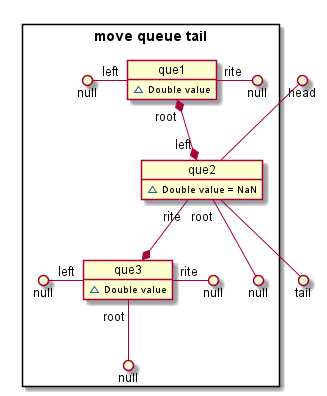
Earlier version of the PlantUML export src/docs/UML/reorderScheme/static/_05_queue.png (vitalispopoff/calculator). The source it was exported from:
```plantuml
@startuml

package "move queue tail" <<Rectangle>>{

    object que1{
        ~ Double value
    }
        null ()- "left" que1
        que1 "rite" -() null

    object que2{
        ~ Double value = NaN
    }
        que1 "root" *--* "left" que2
        que2 "rite"--* que3
        que2 "root" --() null

    object que3{
        ~ Double value
    }
        null ()- "left" que3
        que3 "rite" -() null
        que3 "root" --() null


}
    que2 --() tail
    head ()-- que2

@enduml
```
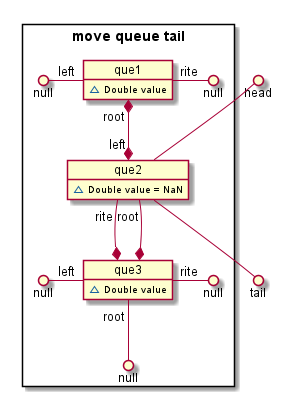
The same diagram one commit later.

What changed in the source:
```diff
@@ -13,7 +13,7 @@
     }
         que1 "root" *--* "left" que2
         que2 "rite"--* que3
-        que2 "root" --() null
+       que2 "root" --* que3
 
     object que3{
         ~ Double value
```
